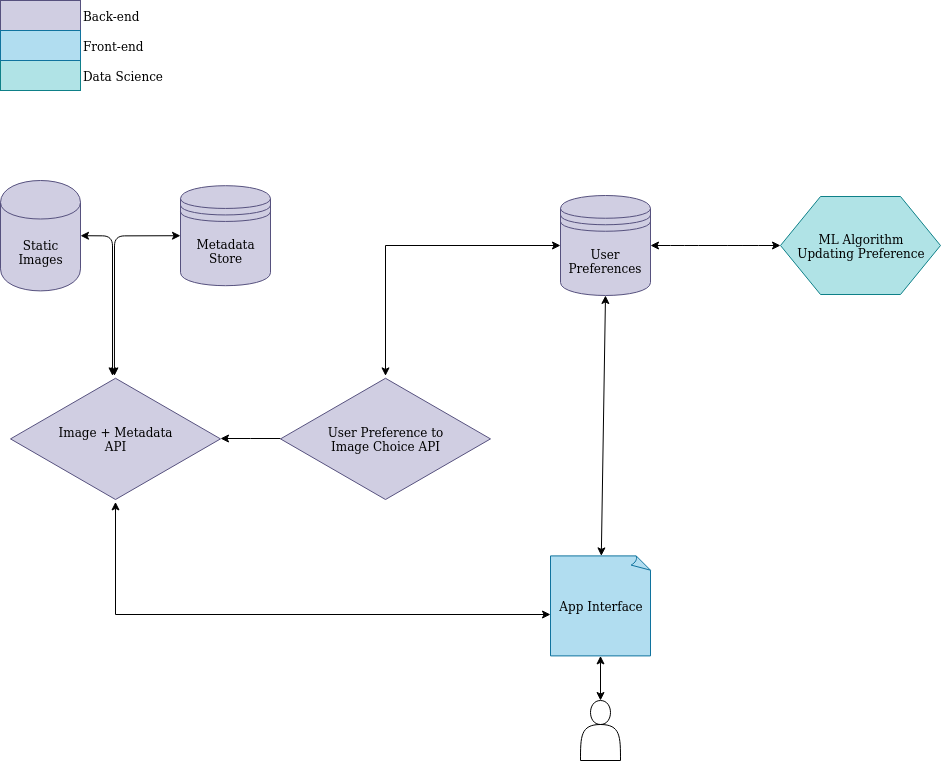
This is webapp/src/assets/tinder-for-dogs.png from jsal13/tinder-for-dogs, a draw.io export, as it was before one commit. Source tidied: cells renumbered, new cells last; positions are measured from the earlier drawing's top-left corner, leaving out a move shared by most shapes.
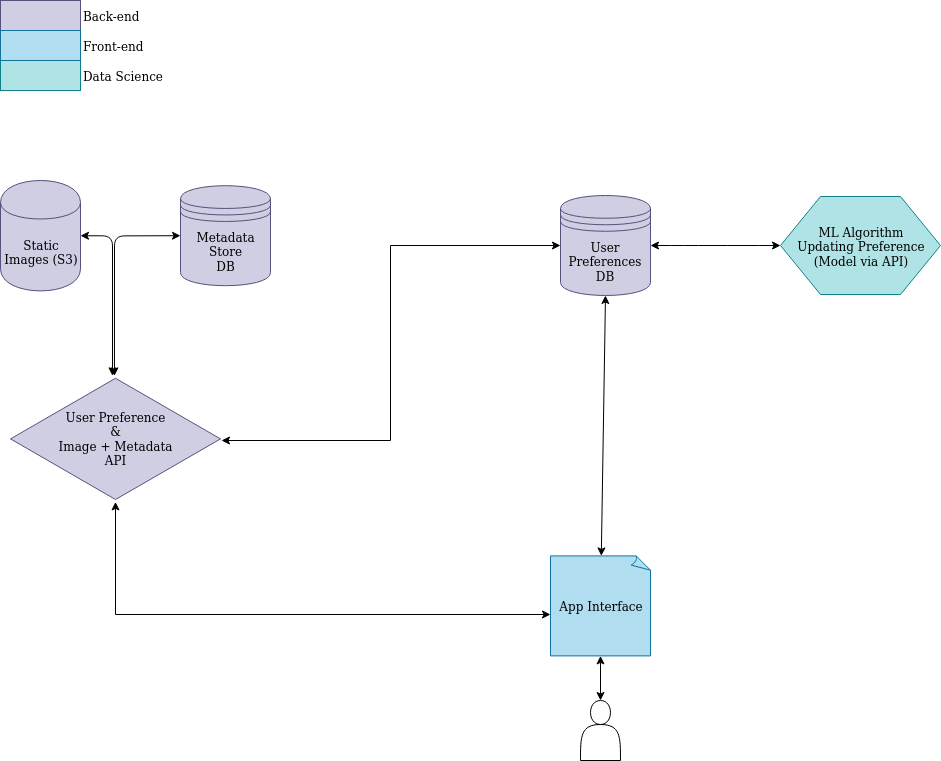
After the change.

What changed in the source:
```diff
@@ -10,19 +10,19 @@
         </Array>
       </mxGeometry>
     </mxCell>
-    <mxCell id="3" style="edgeStyle=orthogonalEdgeStyle;rounded=0;jettySize=auto;html=1;startArrow=classic;startFill=1;" parent="1" edge="1" source="4" target="17">
+    <mxCell id="3" style="edgeStyle=orthogonalEdgeStyle;rounded=0;jettySize=auto;html=1;startArrow=classic;startFill=1;entryX=1.005;entryY=0.513;entryDx=0;entryDy=0;entryPerimeter=0;" parent="1" edge="1" source="4" target="10">
       <mxGeometry relative="1" as="geometry" />
     </mxCell>
-    <mxCell id="4" value="User Preferences" style="shape=datastore;whiteSpace=wrap;html=1;fillColor=#d0cee2;strokeColor=#56517e;" parent="1" vertex="1">
+    <mxCell id="4" value="User Preferences DB" style="shape=datastore;whiteSpace=wrap;html=1;fillColor=#d0cee2;strokeColor=#56517e;" parent="1" vertex="1">
       <mxGeometry x="560" y="195" width="90" height="100" as="geometry" />
     </mxCell>
     <mxCell id="5" style="edgeStyle=orthogonalEdgeStyle;rounded=0;jettySize=auto;html=1;entryX=0.5;entryY=0;entryDx=0;entryDy=0;startArrow=classic;startFill=1;endArrow=classic;endFill=1;" parent="1" edge="1" source="6" target="15">
       <mxGeometry relative="1" as="geometry" />
     </mxCell>
-    <mxCell id="6" value="App Interface" style="whiteSpace=wrap;html=1;shape=mxgraph.basic.document;fillColor=#b1ddf0;strokeColor=#10739e;" parent="1" vertex="1">
+    <mxCell id="6" value="&lt;div&gt;App Interface&lt;/div&gt;" style="whiteSpace=wrap;html=1;shape=mxgraph.basic.document;fillColor=#b1ddf0;strokeColor=#10739e;" parent="1" vertex="1">
       <mxGeometry x="550" y="555.4" width="100" height="100" as="geometry" />
     </mxCell>
-    <mxCell id="7" value="&lt;div&gt;Metadata&lt;/div&gt;&lt;div&gt;Store&lt;br&gt;&lt;/div&gt;" style="shape=datastore;whiteSpace=wrap;html=1;fillColor=#d0cee2;strokeColor=#56517e;" parent="1" vertex="1">
+    <mxCell id="7" value="&lt;div&gt;Metadata&lt;/div&gt;&lt;div&gt;Store&lt;/div&gt;&lt;div&gt;DB&lt;br&gt;&lt;/div&gt;" style="shape=datastore;whiteSpace=wrap;html=1;fillColor=#d0cee2;strokeColor=#56517e;" parent="1" vertex="1">
       <mxGeometry x="180" y="185.2" width="90" height="100" as="geometry" />
     </mxCell>
     <mxCell id="8" style="edgeStyle=orthogonalEdgeStyle;rounded=0;jettySize=auto;html=1;entryX=0;entryY=0.586;entryDx=0;entryDy=0;entryPerimeter=0;startArrow=classic;startFill=1;" parent="1" edge="1" source="10" target="6">
@@ -32,10 +32,7 @@
         </Array>
       </mxGeometry>
     </mxCell>
-    <mxCell id="9" style="edgeStyle=orthogonalEdgeStyle;rounded=0;jettySize=auto;html=1;entryX=0;entryY=0.5;entryDx=0;entryDy=0;entryPerimeter=0;startArrow=classic;startFill=1;endArrow=none;endFill=0;" parent="1" edge="1" source="10" target="17">
-      <mxGeometry relative="1" as="geometry" />
-    </mxCell>
-    <mxCell id="10" value="&lt;div&gt;Image + Metadata&lt;/div&gt;&lt;div&gt;API&lt;br&gt;&lt;/div&gt;" style="html=1;whiteSpace=wrap;shape=isoRectangle;fillColor=#d0cee2;strokeColor=#56517e;" parent="1" vertex="1">
+    <mxCell id="10" value="&lt;div&gt;User Preference&lt;/div&gt;&lt;div&gt;&amp;amp;&lt;br&gt;&lt;/div&gt;&lt;div&gt;Image + Metadata&lt;/div&gt;&lt;div&gt;API&lt;br&gt;&lt;/div&gt;" style="html=1;whiteSpace=wrap;shape=isoRectangle;fillColor=#d0cee2;strokeColor=#56517e;" parent="1" vertex="1">
       <mxGeometry x="10" y="375.4" width="210" height="126" as="geometry" />
     </mxCell>
     <mxCell id="11" style="endArrow=classic;startArrow=classic;html=1;exitX=0.495;exitY=0;exitDx=0;exitDy=0;exitPerimeter=0;entryX=0;entryY=0.5;entryDx=0;entryDy=0;" parent="1" edge="1" source="10" target="7">
@@ -56,18 +53,15 @@
     <mxCell id="13" style="endArrow=classic;startArrow=classic;html=1;entryX=0.5;entryY=1;entryDx=0;entryDy=0;" parent="1" edge="1" source="6" target="4">
       <mxGeometry relative="1" as="geometry" />
     </mxCell>
-    <mxCell id="14" value="&lt;div&gt;Static&lt;/div&gt;&lt;div&gt;Images&lt;br&gt;&lt;/div&gt;" style="shape=cylinder;whiteSpace=wrap;html=1;boundedLbl=1;backgroundOutline=1;fillColor=#d0cee2;strokeColor=#56517e;" parent="1" vertex="1">
+    <mxCell id="14" value="&lt;div&gt;Static&lt;/div&gt;&lt;div&gt;Images (S3)&lt;br&gt;&lt;/div&gt;" style="shape=cylinder;whiteSpace=wrap;html=1;boundedLbl=1;backgroundOutline=1;fillColor=#d0cee2;strokeColor=#56517e;" parent="1" vertex="1">
       <mxGeometry y="180" width="80" height="110.4" as="geometry" />
     </mxCell>
     <mxCell id="15" style="shape=actor;whiteSpace=wrap;html=1;" parent="1" vertex="1">
       <mxGeometry x="580" y="700" width="40" height="60" as="geometry" />
     </mxCell>
-    <mxCell id="16" value="&lt;div&gt;ML Algorithm&lt;/div&gt;&lt;div&gt;Updating Preference&lt;br&gt;&lt;/div&gt;" style="shape=hexagon;perimeter=hexagonPerimeter2;whiteSpace=wrap;html=1;comic=0;fillColor=#b0e3e6;strokeColor=#0e8088;" parent="1" vertex="1">
+    <mxCell id="16" value="&lt;div&gt;ML Algorithm&lt;/div&gt;&lt;div&gt;Updating Preference&lt;br&gt;&lt;/div&gt;&lt;div&gt;(Model via API)&lt;br&gt;&lt;/div&gt;" style="shape=hexagon;perimeter=hexagonPerimeter2;whiteSpace=wrap;html=1;comic=0;fillColor=#b0e3e6;strokeColor=#0e8088;" parent="1" vertex="1">
       <mxGeometry x="780" y="196" width="160" height="98" as="geometry" />
     </mxCell>
-    <mxCell id="17" value="&lt;div&gt;User Preference to&lt;/div&gt;&lt;div&gt;Image Choice API&lt;br&gt;&lt;/div&gt;" style="html=1;whiteSpace=wrap;shape=isoRectangle;fillColor=#d0cee2;strokeColor=#56517e;" parent="1" vertex="1">
-      <mxGeometry x="280" y="375.4" width="210" height="126" as="geometry" />
-    </mxCell>
     <mxCell id="18" value="&lt;div&gt;Back-end&lt;/div&gt;" style="rounded=0;html=1;comic=0;labelPosition=right;verticalLabelPosition=middle;align=left;verticalAlign=middle;fillColor=#d0cee2;strokeColor=#56517e;" parent="1" vertex="1">
       <mxGeometry width="80" height="30" as="geometry" />
     </mxCell>
```
